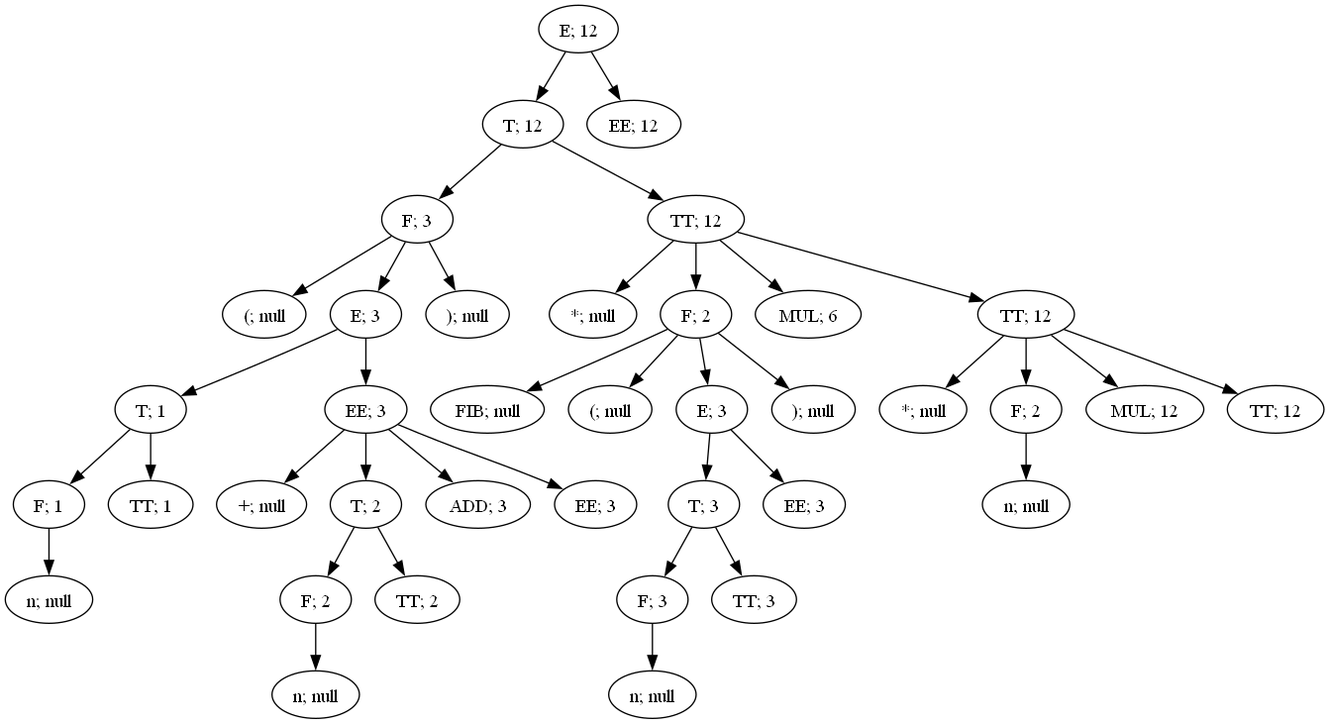
Ultimatereo/MT keeps this Graphviz diagram as lab4/graphA3.png. Above is the earlier version. Its source is kept beside it as lab4/graphA3.dot.
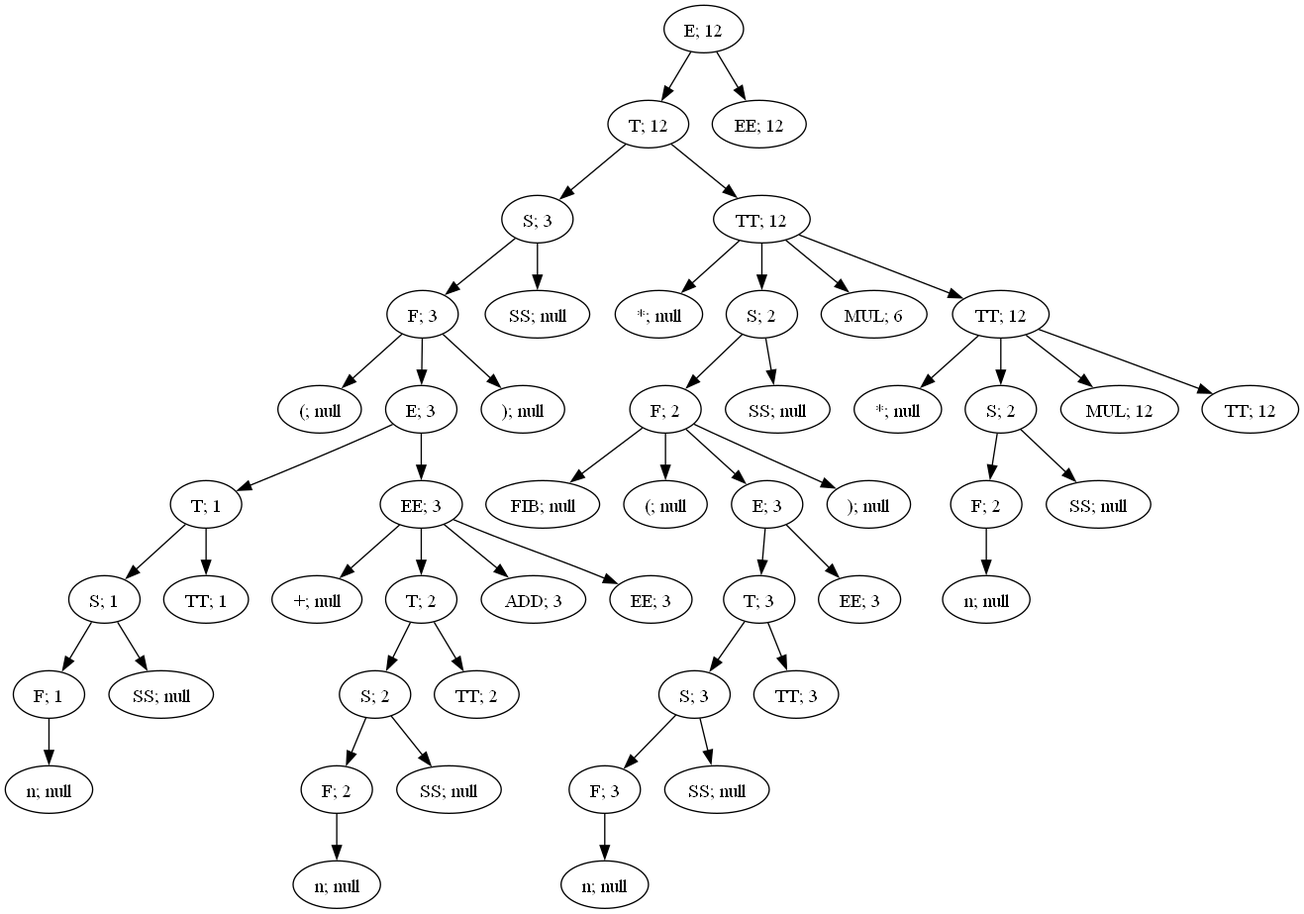
After the commit.

The edit, as a diff of the source:
```diff
@@ -1,114 +1,150 @@
 digraph ParserResult {
-"NonTerminal[name=E]_80" [label="E; 12"]
-"NonTerminal[name=T]_78" [label="T; 12"]
-"NonTerminal[name=E]_80"->"NonTerminal[name=T]_78";
-"NonTerminal[name=T]_78" [label="T; 12"]
-"NonTerminal[name=F]_58" [label="F; 3"]
-"NonTerminal[name=T]_78"->"NonTerminal[name=F]_58";
-"NonTerminal[name=F]_58" [label="F; 3"]
-"Token{name='(', value='('}_43" [label="(; null"]
-"NonTerminal[name=F]_58"->"Token{name='(', value='('}_43";
-"Token{name='(', value='('}_43" [label="(; null"]
-"NonTerminal[name=E]_56" [label="E; 3"]
-"NonTerminal[name=F]_58"->"NonTerminal[name=E]_56";
-"NonTerminal[name=E]_56" [label="E; 3"]
-"NonTerminal[name=T]_47" [label="T; 1"]
-"NonTerminal[name=E]_56"->"NonTerminal[name=T]_47";
-"NonTerminal[name=T]_47" [label="T; 1"]
-"NonTerminal[name=F]_45" [label="F; 1"]
-"NonTerminal[name=T]_47"->"NonTerminal[name=F]_45";
-"NonTerminal[name=F]_45" [label="F; 1"]
-"Token{name='n', value='1'}_44" [label="n; null"]
-"NonTerminal[name=F]_45"->"Token{name='n', value='1'}_44";
-"Token{name='n', value='1'}_44" [label="n; null"]
-"NonTerminal[name=TT]_46" [label="TT; 1"]
-"NonTerminal[name=T]_47"->"NonTerminal[name=TT]_46";
-"NonTerminal[name=TT]_46" [label="TT; 1"]
-"NonTerminal[name=EE]_55" [label="EE; 3"]
-"NonTerminal[name=E]_56"->"NonTerminal[name=EE]_55";
-"NonTerminal[name=EE]_55" [label="EE; 3"]
-"Token{name='+', value='+'}_48" [label="+; null"]
-"NonTerminal[name=EE]_55"->"Token{name='+', value='+'}_48";
-"Token{name='+', value='+'}_48" [label="+; null"]
-"NonTerminal[name=T]_52" [label="T; 2"]
-"NonTerminal[name=EE]_55"->"NonTerminal[name=T]_52";
-"NonTerminal[name=T]_52" [label="T; 2"]
-"NonTerminal[name=F]_50" [label="F; 2"]
-"NonTerminal[name=T]_52"->"NonTerminal[name=F]_50";
-"NonTerminal[name=F]_50" [label="F; 2"]
-"Token{name='n', value='2'}_49" [label="n; null"]
-"NonTerminal[name=F]_50"->"Token{name='n', value='2'}_49";
-"Token{name='n', value='2'}_49" [label="n; null"]
-"NonTerminal[name=TT]_51" [label="TT; 2"]
-"NonTerminal[name=T]_52"->"NonTerminal[name=TT]_51";
-"NonTerminal[name=TT]_51" [label="TT; 2"]
-"NonTerminal[name=ADD]_53" [label="ADD; 3"]
-"NonTerminal[name=EE]_55"->"NonTerminal[name=ADD]_53";
-"NonTerminal[name=ADD]_53" [label="ADD; 3"]
-"NonTerminal[name=EE]_54" [label="EE; 3"]
-"NonTerminal[name=EE]_55"->"NonTerminal[name=EE]_54";
-"NonTerminal[name=EE]_54" [label="EE; 3"]
-"Token{name=')', value=')'}_57" [label="); null"]
-"NonTerminal[name=F]_58"->"Token{name=')', value=')'}_57";
-"Token{name=')', value=')'}_57" [label="); null"]
-"NonTerminal[name=TT]_77" [label="TT; 12"]
-"NonTerminal[name=T]_78"->"NonTerminal[name=TT]_77";
-"NonTerminal[name=TT]_77" [label="TT; 12"]
-"Token{name='*', value='*'}_59" [label="*; null"]
-"NonTerminal[name=TT]_77"->"Token{name='*', value='*'}_59";
-"Token{name='*', value='*'}_59" [label="*; null"]
-"NonTerminal[name=F]_69" [label="F; 2"]
-"NonTerminal[name=TT]_77"->"NonTerminal[name=F]_69";
-"NonTerminal[name=F]_69" [label="F; 2"]
-"Token{name='FIB', value='fib'}_60" [label="FIB; null"]
-"NonTerminal[name=F]_69"->"Token{name='FIB', value='fib'}_60";
-"Token{name='FIB', value='fib'}_60" [label="FIB; null"]
-"Token{name='(', value='('}_61" [label="(; null"]
-"NonTerminal[name=F]_69"->"Token{name='(', value='('}_61";
-"Token{name='(', value='('}_61" [label="(; null"]
-"NonTerminal[name=E]_67" [label="E; 3"]
-"NonTerminal[name=F]_69"->"NonTerminal[name=E]_67";
-"NonTerminal[name=E]_67" [label="E; 3"]
-"NonTerminal[name=T]_65" [label="T; 3"]
-"NonTerminal[name=E]_67"->"NonTerminal[name=T]_65";
-"NonTerminal[name=T]_65" [label="T; 3"]
-"NonTerminal[name=F]_63" [label="F; 3"]
-"NonTerminal[name=T]_65"->"NonTerminal[name=F]_63";
-"NonTerminal[name=F]_63" [label="F; 3"]
-"Token{name='n', value='3'}_62" [label="n; null"]
-"NonTerminal[name=F]_63"->"Token{name='n', value='3'}_62";
-"Token{name='n', value='3'}_62" [label="n; null"]
-"NonTerminal[name=TT]_64" [label="TT; 3"]
-"NonTerminal[name=T]_65"->"NonTerminal[name=TT]_64";
-"NonTerminal[name=TT]_64" [label="TT; 3"]
-"NonTerminal[name=EE]_66" [label="EE; 3"]
-"NonTerminal[name=E]_67"->"NonTerminal[name=EE]_66";
-"NonTerminal[name=EE]_66" [label="EE; 3"]
-"Token{name=')', value=')'}_68" [label="); null"]
-"NonTerminal[name=F]_69"->"Token{name=')', value=')'}_68";
-"Token{name=')', value=')'}_68" [label="); null"]
-"NonTerminal[name=MUL]_70" [label="MUL; 6"]
-"NonTerminal[name=TT]_77"->"NonTerminal[name=MUL]_70";
-"NonTerminal[name=MUL]_70" [label="MUL; 6"]
-"NonTerminal[name=TT]_76" [label="TT; 12"]
-"NonTerminal[name=TT]_77"->"NonTerminal[name=TT]_76";
-"NonTerminal[name=TT]_76" [label="TT; 12"]
-"Token{name='*', value='*'}_71" [label="*; null"]
-"NonTerminal[name=TT]_76"->"Token{name='*', value='*'}_71";
-"Token{name='*', value='*'}_71" [label="*; null"]
-"NonTerminal[name=F]_73" [label="F; 2"]
-"NonTerminal[name=TT]_76"->"NonTerminal[name=F]_73";
-"NonTerminal[name=F]_73" [label="F; 2"]
-"Token{name='n', value='2'}_72" [label="n; null"]
-"NonTerminal[name=F]_73"->"Token{name='n', value='2'}_72";
-"Token{name='n', value='2'}_72" [label="n; null"]
-"NonTerminal[name=MUL]_74" [label="MUL; 12"]
-"NonTerminal[name=TT]_76"->"NonTerminal[name=MUL]_74";
-"NonTerminal[name=MUL]_74" [label="MUL; 12"]
-"NonTerminal[name=TT]_75" [label="TT; 12"]
-"NonTerminal[name=TT]_76"->"NonTerminal[name=TT]_75";
-"NonTerminal[name=TT]_75" [label="TT; 12"]
-"NonTerminal[name=EE]_79" [label="EE; 12"]
-"NonTerminal[name=E]_80"->"NonTerminal[name=EE]_79";
-"NonTerminal[name=EE]_79" [label="EE; 12"]
+"NonTerminal[name=E]_106" [label="E; 12"]
+"NonTerminal[name=T]_104" [label="T; 12"]
+"NonTerminal[name=E]_106"->"NonTerminal[name=T]_104";
+"NonTerminal[name=T]_104" [label="T; 12"]
+"NonTerminal[name=S]_78" [label="S; 3"]
+"NonTerminal[name=T]_104"->"NonTerminal[name=S]_78";
+"NonTerminal[name=S]_78" [label="S; 3"]
+"NonTerminal[name=F]_76" [label="F; 3"]
+"NonTerminal[name=S]_78"->"NonTerminal[name=F]_76";
+"NonTerminal[name=F]_76" [label="F; 3"]
+"Token{name='(', value='('}_57" [label="(; null"]
+"NonTerminal[name=F]_76"->"Token{name='(', value='('}_57";
+"Token{name='(', value='('}_57" [label="(; null"]
+"NonTerminal[name=E]_74" [label="E; 3"]
+"NonTerminal[name=F]_76"->"NonTerminal[name=E]_74";
+"NonTerminal[name=E]_74" [label="E; 3"]
+"NonTerminal[name=T]_63" [label="T; 1"]
+"NonTerminal[name=E]_74"->"NonTerminal[name=T]_63";
+"NonTerminal[name=T]_63" [label="T; 1"]
+"NonTerminal[name=S]_61" [label="S; 1"]
+"NonTerminal[name=T]_63"->"NonTerminal[name=S]_61";
+"NonTerminal[name=S]_61" [label="S; 1"]
+"NonTerminal[name=F]_59" [label="F; 1"]
+"NonTerminal[name=S]_61"->"NonTerminal[name=F]_59";
+"NonTerminal[name=F]_59" [label="F; 1"]
+"Token{name='n', value='1'}_58" [label="n; null"]
+"NonTerminal[name=F]_59"->"Token{name='n', value='1'}_58";
+"Token{name='n', value='1'}_58" [label="n; null"]
+"NonTerminal[name=SS]_60" [label="SS; null"]
+"NonTerminal[name=S]_61"->"NonTerminal[name=SS]_60";
+"NonTerminal[name=SS]_60" [label="SS; null"]
+"NonTerminal[name=TT]_62" [label="TT; 1"]
+"NonTerminal[name=T]_63"->"NonTerminal[name=TT]_62";
+"NonTerminal[name=TT]_62" [label="TT; 1"]
+"NonTerminal[name=EE]_73" [label="EE; 3"]
+"NonTerminal[name=E]_74"->"NonTerminal[name=EE]_73";
+"NonTerminal[name=EE]_73" [label="EE; 3"]
+"Token{name='+', value='+'}_64" [label="+; null"]
+"NonTerminal[name=EE]_73"->"Token{name='+', value='+'}_64";
+"Token{name='+', value='+'}_64" [label="+; null"]
+"NonTerminal[name=T]_70" [label="T; 2"]
+"NonTerminal[name=EE]_73"->"NonTerminal[name=T]_70";
+"NonTerminal[name=T]_70" [label="T; 2"]
+"NonTerminal[name=S]_68" [label="S; 2"]
+"NonTerminal[name=T]_70"->"NonTerminal[name=S]_68";
+"NonTerminal[name=S]_68" [label="S; 2"]
+"NonTerminal[name=F]_66" [label="F; 2"]
+"NonTerminal[name=S]_68"->"NonTerminal[name=F]_66";
+"NonTerminal[name=F]_66" [label="F; 2"]
+"Token{name='n', value='2'}_65" [label="n; null"]
+"NonTerminal[name=F]_66"->"Token{name='n', value='2'}_65";
+"Token{name='n', value='2'}_65" [label="n; null"]
+"NonTerminal[name=SS]_67" [label="SS; null"]
+"NonTerminal[name=S]_68"->"NonTerminal[name=SS]_67";
+"NonTerminal[name=SS]_67" [label="SS; null"]
+"NonTerminal[name=TT]_69" [label="TT; 2"]
+"NonTerminal[name=T]_70"->"NonTerminal[name=TT]_69";
+"NonTerminal[name=TT]_69" [label="TT; 2"]
+"NonTerminal[name=ADD]_71" [label="ADD; 3"]
+"NonTerminal[name=EE]_73"->"NonTerminal[name=ADD]_71";
+"NonTerminal[name=ADD]_71" [label="ADD; 3"]
+"NonTerminal[name=EE]_72" [label="EE; 3"]
+"NonTerminal[name=EE]_73"->"NonTerminal[name=EE]_72";
+"NonTerminal[name=EE]_72" [label="EE; 3"]
+"Token{name=')', value=')'}_75" [label="); null"]
+"NonTerminal[name=F]_76"->"Token{name=')', value=')'}_75";
+"Token{name=')', value=')'}_75" [label="); null"]
+"NonTerminal[name=SS]_77" [label="SS; null"]
+"NonTerminal[name=S]_78"->"NonTerminal[name=SS]_77";
+"NonTerminal[name=SS]_77" [label="SS; null"]
+"NonTerminal[name=TT]_103" [label="TT; 12"]
+"NonTerminal[name=T]_104"->"NonTerminal[name=TT]_103";
+"NonTerminal[name=TT]_103" [label="TT; 12"]
+"Token{name='*', value='*'}_79" [label="*; null"]
+"NonTerminal[name=TT]_103"->"Token{name='*', value='*'}_79";
+"Token{name='*', value='*'}_79" [label="*; null"]
+"NonTerminal[name=S]_93" [label="S; 2"]
+"NonTerminal[name=TT]_103"->"NonTerminal[name=S]_93";
+"NonTerminal[name=S]_93" [label="S; 2"]
+"NonTerminal[name=F]_91" [label="F; 2"]
+"NonTerminal[name=S]_93"->"NonTerminal[name=F]_91";
+"NonTerminal[name=F]_91" [label="F; 2"]
+"Token{name='FIB', value='fib'}_80" [label="FIB; null"]
+"NonTerminal[name=F]_91"->"Token{name='FIB', value='fib'}_80";
+"Token{name='FIB', value='fib'}_80" [label="FIB; null"]
+"Token{name='(', value='('}_81" [label="(; null"]
+"NonTerminal[name=F]_91"->"Token{name='(', value='('}_81";
+"Token{name='(', value='('}_81" [label="(; null"]
+"NonTerminal[name=E]_89" [label="E; 3"]
+"NonTerminal[name=F]_91"->"NonTerminal[name=E]_89";
+"NonTerminal[name=E]_89" [label="E; 3"]
+"NonTerminal[name=T]_87" [label="T; 3"]
+"NonTerminal[name=E]_89"->"NonTerminal[name=T]_87";
+"NonTerminal[name=T]_87" [label="T; 3"]
+"NonTerminal[name=S]_85" [label="S; 3"]
+"NonTerminal[name=T]_87"->"NonTerminal[name=S]_85";
+"NonTerminal[name=S]_85" [label="S; 3"]
+"NonTerminal[name=F]_83" [label="F; 3"]
+"NonTerminal[name=S]_85"->"NonTerminal[name=F]_83";
+"NonTerminal[name=F]_83" [label="F; 3"]
+"Token{name='n', value='3'}_82" [label="n; null"]
+"NonTerminal[name=F]_83"->"Token{name='n', value='3'}_82";
+"Token{name='n', value='3'}_82" [label="n; null"]
+"NonTerminal[name=SS]_84" [label="SS; null"]
+"NonTerminal[name=S]_85"->"NonTerminal[name=SS]_84";
+"NonTerminal[name=SS]_84" [label="SS; null"]
+"NonTerminal[name=TT]_86" [label="TT; 3"]
+"NonTerminal[name=T]_87"->"NonTerminal[name=TT]_86";
+"NonTerminal[name=TT]_86" [label="TT; 3"]
+"NonTerminal[name=EE]_88" [label="EE; 3"]
+"NonTerminal[name=E]_89"->"NonTerminal[name=EE]_88";
+"NonTerminal[name=EE]_88" [label="EE; 3"]
+"Token{name=')', value=')'}_90" [label="); null"]
+"NonTerminal[name=F]_91"->"Token{name=')', value=')'}_90";
+"Token{name=')', value=')'}_90" [label="); null"]
+"NonTerminal[name=SS]_92" [label="SS; null"]
+"NonTerminal[name=S]_93"->"NonTerminal[name=SS]_92";
+"NonTerminal[name=SS]_92" [label="SS; null"]
+"NonTerminal[name=MUL]_94" [label="MUL; 6"]
+"NonTerminal[name=TT]_103"->"NonTerminal[name=MUL]_94";
+"NonTerminal[name=MUL]_94" [label="MUL; 6"]
+"NonTerminal[name=TT]_102" [label="TT; 12"]
+"NonTerminal[name=TT]_103"->"NonTerminal[name=TT]_102";
+"NonTerminal[name=TT]_102" [label="TT; 12"]
+"Token{name='*', value='*'}_95" [label="*; null"]
+"NonTerminal[name=TT]_102"->"Token{name='*', value='*'}_95";
+"Token{name='*', value='*'}_95" [label="*; null"]
+"NonTerminal[name=S]_99" [label="S; 2"]
+"NonTerminal[name=TT]_102"->"NonTerminal[name=S]_99";
+"NonTerminal[name=S]_99" [label="S; 2"]
+"NonTerminal[name=F]_97" [label="F; 2"]
+"NonTerminal[name=S]_99"->"NonTerminal[name=F]_97";
+"NonTerminal[name=F]_97" [label="F; 2"]
+"Token{name='n', value='2'}_96" [label="n; null"]
+"NonTerminal[name=F]_97"->"Token{name='n', value='2'}_96";
+"Token{name='n', value='2'}_96" [label="n; null"]
+"NonTerminal[name=SS]_98" [label="SS; null"]
+"NonTerminal[name=S]_99"->"NonTerminal[name=SS]_98";
+"NonTerminal[name=SS]_98" [label="SS; null"]
+"NonTerminal[name=MUL]_100" [label="MUL; 12"]
+"NonTerminal[name=TT]_102"->"NonTerminal[name=MUL]_100";
+"NonTerminal[name=MUL]_100" [label="MUL; 12"]
+"NonTerminal[name=TT]_101" [label="TT; 12"]
+"NonTerminal[name=TT]_102"->"NonTerminal[name=TT]_101";
+"NonTerminal[name=TT]_101" [label="TT; 12"]
+"NonTerminal[name=EE]_105" [label="EE; 12"]
+"NonTerminal[name=E]_106"->"NonTerminal[name=EE]_105";
+"NonTerminal[name=EE]_105" [label="EE; 12"]
 }
```
